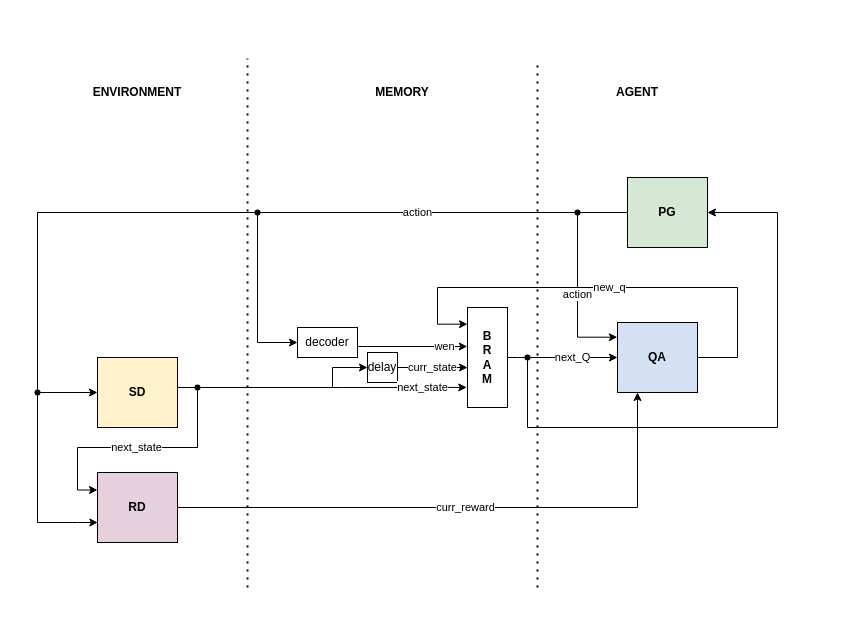
The draw.io diagram page "Sytem" (2 of 4) of intelight.drawio in zulfikarna/intelight, before the edit. Source tidied: cells renumbered, new cells numbered last; positions are measured from the earlier drawing's top-left corner, leaving out a move shared by most shapes. Both pictures are drawn from the tidied source at 100%, with x=0, y=0 at pixel (17, 58).
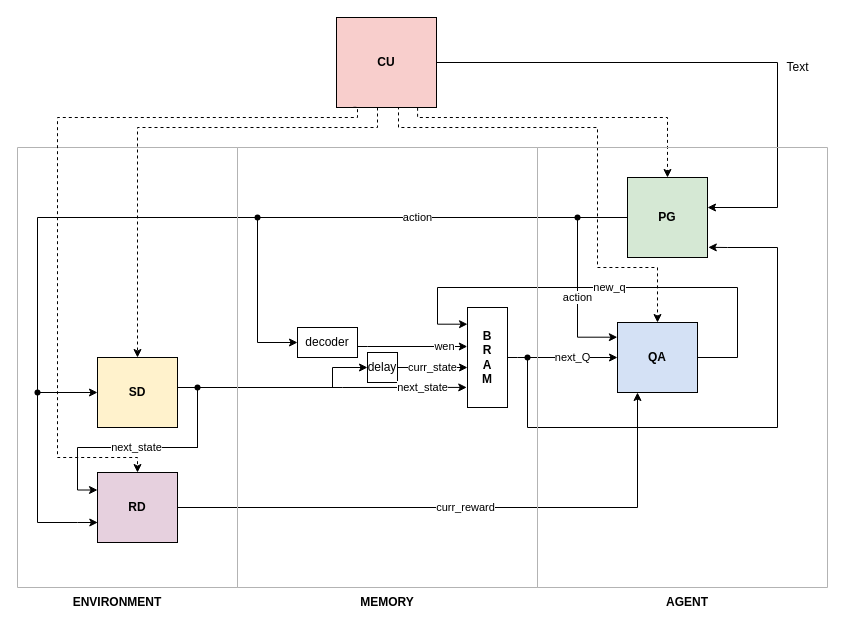
The same diagram, later.

Unchanged cells that the change refers to:
```xml
<mxCell id="5" value="&lt;b&gt;SD&lt;/b&gt;" style="rounded=0;whiteSpace=wrap;html=1;fillColor=#FFF2CC;" parent="1" vertex="1">
  <mxGeometry x="80" y="299" width="80" height="70" as="geometry" />
</mxCell>
<mxCell id="7" value="&lt;b&gt;RD&lt;/b&gt;" style="rounded=0;whiteSpace=wrap;html=1;fillColor=#E6D0DE;" parent="1" vertex="1">
  <mxGeometry x="80" y="414" width="80" height="70" as="geometry" />
</mxCell>
<mxCell id="9" value="&lt;b&gt;QA&lt;/b&gt;" style="rounded=0;whiteSpace=wrap;html=1;fillColor=#D4E1F5;" parent="1" vertex="1">
  <mxGeometry x="600" y="264" width="80" height="70" as="geometry" />
</mxCell>
<mxCell id="16" style="shape=waypoint;sketch=0;fillStyle=solid;size=6;points=[];fillColor=none;perimeter=centerPerimeter;snapToPoint=1;" parent="1" vertex="1">
  <mxGeometry y="314" width="40" height="40" as="geometry" />
</mxCell>
<mxCell id="18" value="&lt;b&gt;B&lt;br&gt;R&lt;br&gt;A&lt;br&gt;M&lt;br&gt;&lt;/b&gt;" style="rounded=0;whiteSpace=wrap;html=1;fillColor=#FFFFFF;" parent="1" vertex="1">
  <mxGeometry x="450" y="249" width="40" height="100" as="geometry" />
</mxCell>
```

What changed in the source:
```diff
@@
     <mxCell id="2" value="action" style="edgeStyle=orthogonalEdgeStyle;rounded=0;jettySize=auto;html=1;startArrow=none;endArrow=none;" parent="1" edge="1" source="36" target="14">
-      <mxGeometry relative="1" as="geometry" />
+      <mxGeometry relative="1" as="geometry">
+        <Array as="points">
+          <mxPoint x="560" y="159" />
+          <mxPoint x="240" y="159" />
+        </Array>
+      </mxGeometry>
     </mxCell>
     <mxCell id="3" value="&lt;b&gt;PG&lt;/b&gt;" style="rounded=0;whiteSpace=wrap;html=1;fillColor=#D5E8D4;" parent="1" vertex="1">
-      <mxGeometry x="610" y="119" width="80" height="70" as="geometry" />
+      <mxGeometry x="610" y="119" width="80" height="80" as="geometry" />
     </mxCell>
@@
     <mxCell id="12" style="edgeStyle=orthogonalEdgeStyle;rounded=0;jettySize=auto;html=1;endArrow=none;" parent="1" edge="1" source="14" target="16">
       <mxGeometry relative="1" as="geometry">
         <Array as="points">
-          <mxPoint x="20" y="154" />
+          <mxPoint x="20" y="159" />
         </Array>
       </mxGeometry>
     </mxCell>
@@
-    <mxCell id="14" style="shape=waypoint;sketch=0;fillStyle=solid;size=6;points=[];fillColor=none;perimeter=centerPerimeter;snapToPoint=1;" parent="1" vertex="1">
-      <mxGeometry x="220" y="134" width="40" height="40" as="geometry" />
-    </mxCell>
@@
-    <mxCell id="28" style="endArrow=none;dashed=1;html=1;dashPattern=1 3;strokeWidth=2;rounded=0;" parent="1" edge="1">
-      <mxGeometry relative="1" as="geometry">
-        <mxPoint x="520" y="529" as="sourcePoint" />
-        <mxPoint x="520" y="4" as="targetPoint" />
-      </mxGeometry>
-    </mxCell>
-    <mxCell id="29" style="endArrow=none;dashed=1;html=1;dashPattern=1 3;strokeWidth=2;rounded=0;" parent="1" edge="1">
-      <mxGeometry relative="1" as="geometry">
-        <mxPoint x="230" y="529" as="sourcePoint" />
-        <mxPoint x="230" y="-0.1" as="targetPoint" />
-      </mxGeometry>
-    </mxCell>
+    <mxCell id="33" style="edgeStyle=orthogonalEdgeStyle;rounded=0;jettySize=auto;html=1;entryX=1.01;entryY=0.873;entryDx=0;entryDy=0;entryPerimeter=0;" parent="1" edge="1" source="34" target="3">
+      <mxGeometry relative="1" as="geometry">
+        <Array as="points">
+          <mxPoint x="510" y="369" />
+          <mxPoint x="760" y="369" />
+          <mxPoint x="760" y="189" />
+          <mxPoint x="710" y="189" />
+        </Array>
+      </mxGeometry>
+    </mxCell>
+    <mxCell id="34" style="shape=waypoint;sketch=0;fillStyle=solid;size=6;points=[];fillColor=none;perimeter=centerPerimeter;snapToPoint=1;" parent="1" vertex="1">
+      <mxGeometry x="490" y="279" width="40" height="40" as="geometry" />
+    </mxCell>
+    <mxCell id="35" style="edgeStyle=orthogonalEdgeStyle;rounded=0;jettySize=auto;html=1;entryDx=0;entryDy=0;endArrow=none;" parent="1" edge="1" source="18" target="34">
+      <mxGeometry relative="1" as="geometry">
+        <Array as="points">
+          <mxPoint x="500" y="299" />
+          <mxPoint x="500" y="299" />
+        </Array>
+      </mxGeometry>
+    </mxCell>
+    <mxCell id="37" style="edgeStyle=orthogonalEdgeStyle;rounded=0;jettySize=auto;html=1;endArrow=none;" parent="1" edge="1" source="3" target="36">
+      <mxGeometry relative="1" as="geometry" />
+    </mxCell>
+    <mxCell id="38" style="edgeStyle=orthogonalEdgeStyle;rounded=0;jettySize=auto;html=1;entryX=0.5;entryY=0;entryDx=0;entryDy=0;dashed=1;" parent="1" edge="1" source="42" target="5">
+      <mxGeometry relative="1" as="geometry">
+        <Array as="points">
+          <mxPoint x="360" y="69" />
+          <mxPoint x="120" y="69" />
+        </Array>
+      </mxGeometry>
+    </mxCell>
+    <mxCell id="39" style="edgeStyle=orthogonalEdgeStyle;rounded=0;jettySize=auto;html=1;dashed=1;exitX=0.811;exitY=1.003;exitDx=0;exitDy=0;exitPerimeter=0;" parent="1" edge="1" source="42" target="3">
+      <mxGeometry relative="1" as="geometry">
+        <Array as="points">
+          <mxPoint x="400" y="49" />
+          <mxPoint x="400" y="59" />
+          <mxPoint x="650" y="59" />
+        </Array>
+      </mxGeometry>
+    </mxCell>
+    <mxCell id="40" style="edgeStyle=orthogonalEdgeStyle;rounded=0;jettySize=auto;html=1;exitX=0.609;exitY=1;exitDx=0;exitDy=0;dashed=1;exitPerimeter=0;" parent="1" edge="1" source="42" target="9">
+      <mxGeometry relative="1" as="geometry">
+        <Array as="points">
+          <mxPoint x="381" y="69" />
+          <mxPoint x="580" y="69" />
+          <mxPoint x="580" y="209" />
+          <mxPoint x="640" y="209" />
+        </Array>
+      </mxGeometry>
+    </mxCell>
+    <mxCell id="41" style="edgeStyle=orthogonalEdgeStyle;rounded=0;jettySize=auto;html=1;exitX=1;exitY=0.5;exitDx=0;exitDy=0;" parent="1" edge="1" source="42">
+      <mxGeometry x="-0.12" relative="1" as="geometry">
+        <mxPoint x="690" y="149" as="targetPoint" />
+        <Array as="points">
+          <mxPoint x="760" y="4" />
+          <mxPoint x="760" y="149" />
+        </Array>
+      </mxGeometry>
+    </mxCell>
+    <mxCell id="42" value="&lt;b&gt;CU&lt;/b&gt;" style="rounded=0;whiteSpace=wrap;html=1;fillColor=#F8CECC;" parent="1" vertex="1">
+      <mxGeometry x="319" y="-41" width="100" height="90" as="geometry" />
+    </mxCell>
+    <mxCell id="43" style="swimlane;startSize=0;fillColor=#F8CECC;strokeColor=#B3B3B3;" parent="1" vertex="1">
+      <mxGeometry y="89" width="220" height="440" as="geometry" />
+    </mxCell>
+    <mxCell id="44" style="swimlane;startSize=0;fillColor=#F8CECC;strokeColor=#B3B3B3;" parent="1" vertex="1">
+      <mxGeometry x="220" y="89" width="300" height="440" as="geometry" />
+    </mxCell>
+    <mxCell id="14" style="shape=waypoint;sketch=0;fillStyle=solid;size=6;points=[];fillColor=none;perimeter=centerPerimeter;snapToPoint=1;" parent="44" vertex="1">
+      <mxGeometry y="50" width="40" height="40" as="geometry" />
+    </mxCell>
+    <mxCell id="45" style="swimlane;startSize=0;fillColor=#F8CECC;strokeColor=#B3B3B3;" parent="1" vertex="1">
+      <mxGeometry x="520" y="89" width="290" height="440" as="geometry" />
+    </mxCell>
+    <mxCell id="36" style="shape=waypoint;sketch=0;fillStyle=solid;size=6;points=[];fillColor=none;perimeter=centerPerimeter;snapToPoint=1;" parent="45" vertex="1">
+      <mxGeometry x="20" y="50" width="40" height="40" as="geometry" />
+    </mxCell>
+    <mxCell id="46" style="edgeStyle=orthogonalEdgeStyle;rounded=0;jettySize=auto;html=1;dashed=1;exitX=0.169;exitY=0.998;exitDx=0;exitDy=0;exitPerimeter=0;" parent="1" edge="1" source="42" target="7">
+      <mxGeometry relative="1" as="geometry">
+        <Array as="points">
+          <mxPoint x="340" y="49" />
+          <mxPoint x="340" y="59" />
+          <mxPoint x="40" y="59" />
+          <mxPoint x="40" y="399" />
+          <mxPoint x="120" y="399" />
+        </Array>
+      </mxGeometry>
+    </mxCell>
     <mxCell id="30" value="&lt;b&gt;ENVIRONMENT&lt;/b&gt;" style="text;html=1;strokeColor=none;fillColor=none;align=center;verticalAlign=middle;whiteSpace=wrap;rounded=0;" parent="1" vertex="1">
-      <mxGeometry x="90" y="19" width="60" height="30" as="geometry" />
+      <mxGeometry x="70" y="529" width="60" height="30" as="geometry" />
     </mxCell>
     <mxCell id="31" value="&lt;b&gt;MEMORY&lt;/b&gt;" style="text;html=1;strokeColor=none;fillColor=none;align=center;verticalAlign=middle;whiteSpace=wrap;rounded=0;" parent="1" vertex="1">
-      <mxGeometry x="355" y="19" width="60" height="30" as="geometry" />
+      <mxGeometry x="340" y="529" width="60" height="30" as="geometry" />
     </mxCell>
     <mxCell id="32" value="&lt;b&gt;AGENT&lt;/b&gt;" style="text;html=1;strokeColor=none;fillColor=none;align=center;verticalAlign=middle;whiteSpace=wrap;rounded=0;" parent="1" vertex="1">
-      <mxGeometry x="590" y="19" width="60" height="30" as="geometry" />
+      <mxGeometry x="640" y="529" width="60" height="30" as="geometry" />
     </mxCell>
-    <mxCell id="33" style="edgeStyle=orthogonalEdgeStyle;rounded=0;jettySize=auto;html=1;entryX=1;entryY=0.5;entryDx=0;entryDy=0;" parent="1" edge="1" source="34" target="3">
-      <mxGeometry relative="1" as="geometry">
-        <Array as="points">
-          <mxPoint x="510" y="369" />
-          <mxPoint x="760" y="369" />
-          <mxPoint x="760" y="154" />
-        </Array>
-      </mxGeometry>
-    </mxCell>
-    <mxCell id="34" style="shape=waypoint;sketch=0;fillStyle=solid;size=6;points=[];fillColor=none;perimeter=centerPerimeter;snapToPoint=1;" parent="1" vertex="1">
-      <mxGeometry x="490" y="279" width="40" height="40" as="geometry" />
-    </mxCell>
-    <mxCell id="35" style="edgeStyle=orthogonalEdgeStyle;rounded=0;jettySize=auto;html=1;entryDx=0;entryDy=0;endArrow=none;" parent="1" edge="1" source="18" target="34">
-      <mxGeometry relative="1" as="geometry">
-        <Array as="points">
-          <mxPoint x="500" y="299" />
-          <mxPoint x="500" y="299" />
-        </Array>
-      </mxGeometry>
-    </mxCell>
-    <mxCell id="36" style="shape=waypoint;sketch=0;fillStyle=solid;size=6;points=[];fillColor=none;perimeter=centerPerimeter;snapToPoint=1;" parent="1" vertex="1">
-      <mxGeometry x="540" y="134" width="40" height="40" as="geometry" />
-    </mxCell>
-    <mxCell id="37" style="edgeStyle=orthogonalEdgeStyle;rounded=0;jettySize=auto;html=1;endArrow=none;" parent="1" edge="1" source="3" target="36">
-      <mxGeometry relative="1" as="geometry" />
-    </mxCell>
+    <mxCell id="47" value="Text" style="text;html=1;align=center;verticalAlign=middle;strokeColor=none;fillColor=none;" parent="1" vertex="1">
+      <mxGeometry x="760" y="-1" width="40" height="20" as="geometry" />
+    </mxCell>
```
